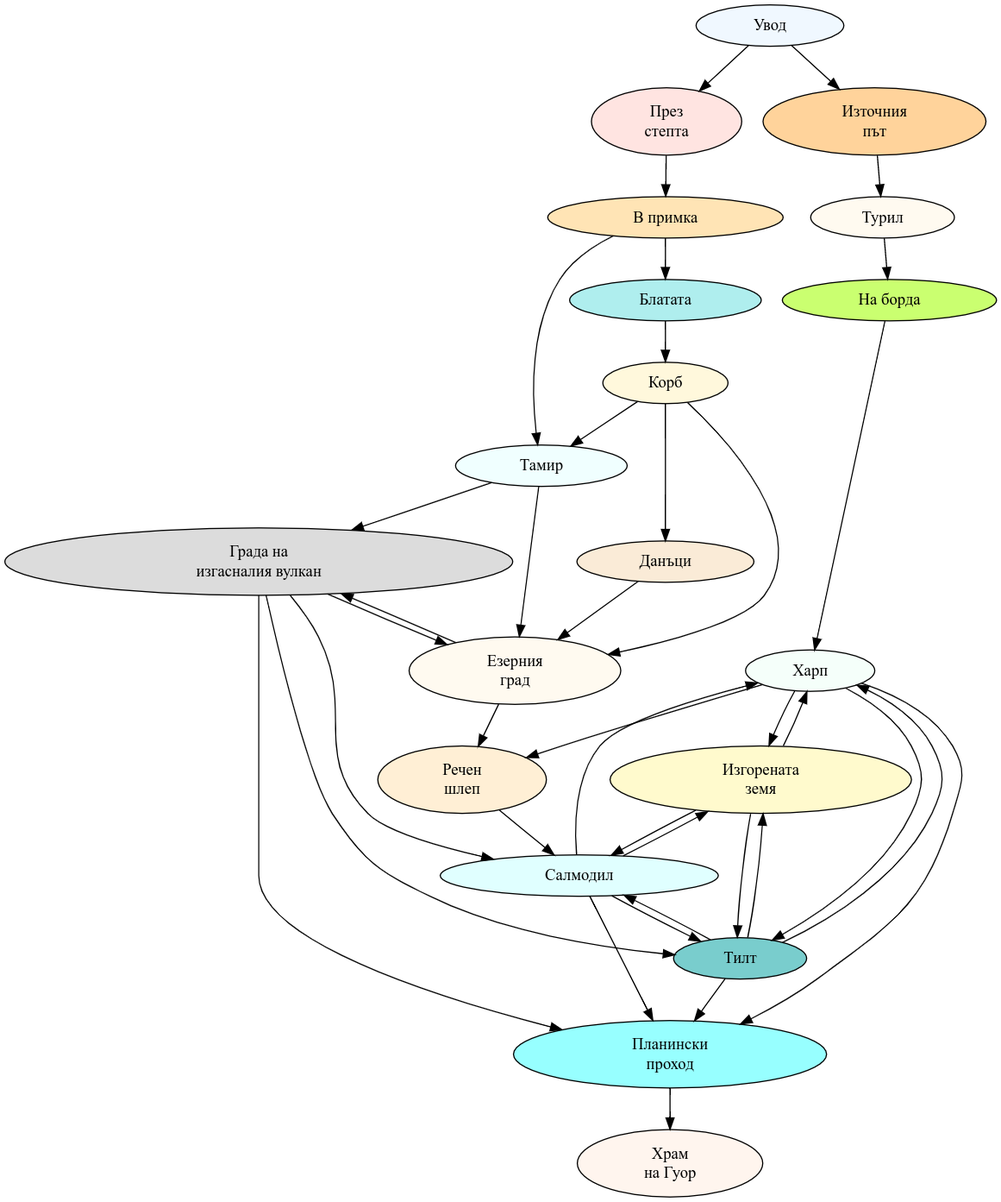
Before: varvarskia_bog_simple.png, a diagram exported from Graphviz (ivanpetrushev/gamebook-schemes). Its source is kept beside it as varvarskia_bog_simple.dot.
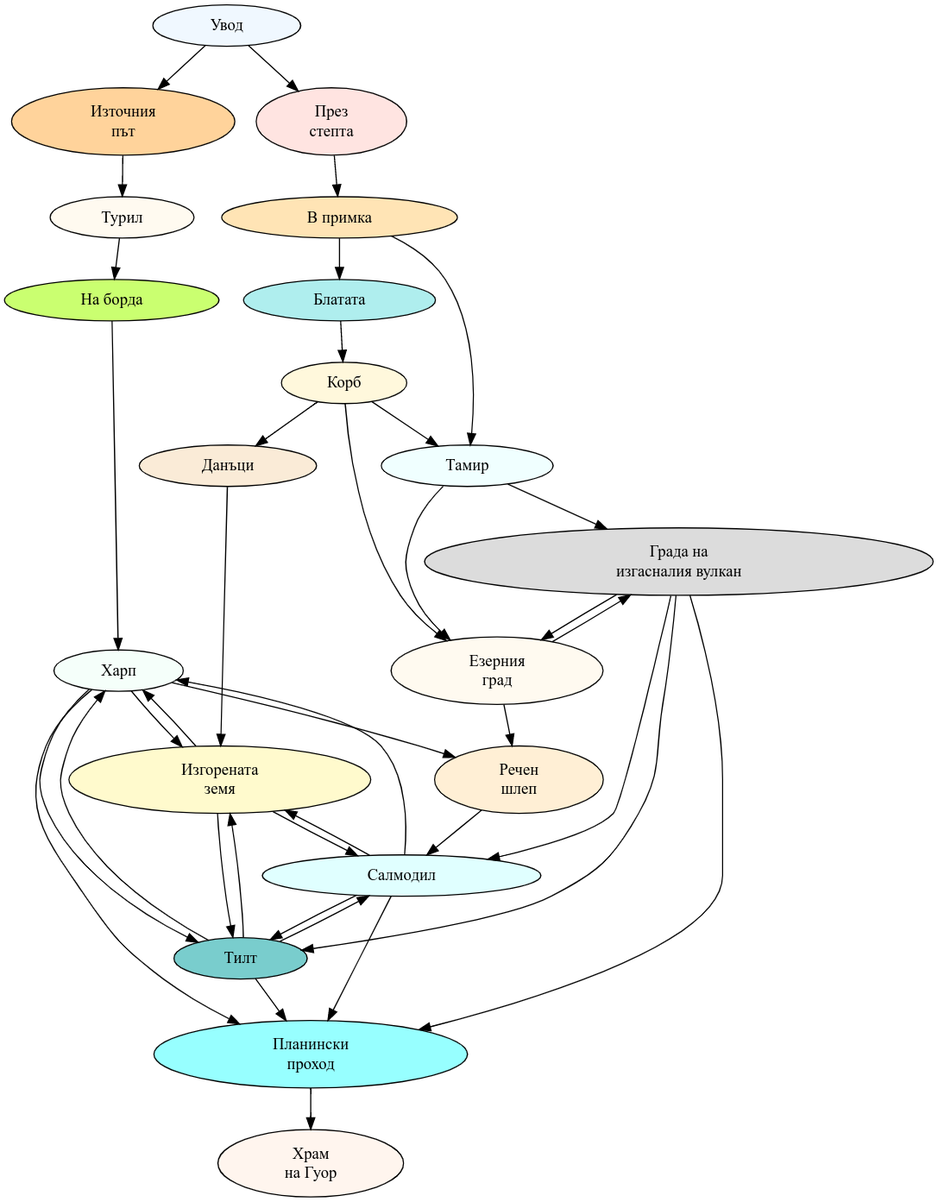
Above is the later version.

Commit message:
ВБ: фикс на опростената схема

What changed in the source:
```diff
@@ -34,7 +34,7 @@
     grada_na_izgasnalia_vulkan -> planinski_prohod, tilt, salmodil, ezernia_grad
     ezernia_grad -> grada_na_izgasnalia_vulkan, rechen_shlep
     rechen_shlep -> salmodil
-    danaci -> ezernia_grad
+    danaci -> izgorenata_zemya
     korb -> danaci, ezernia_grad, tamir
     blatata -> korb
     tamir -> ezernia_grad, grada_na_izgasnalia_vulkan
```
